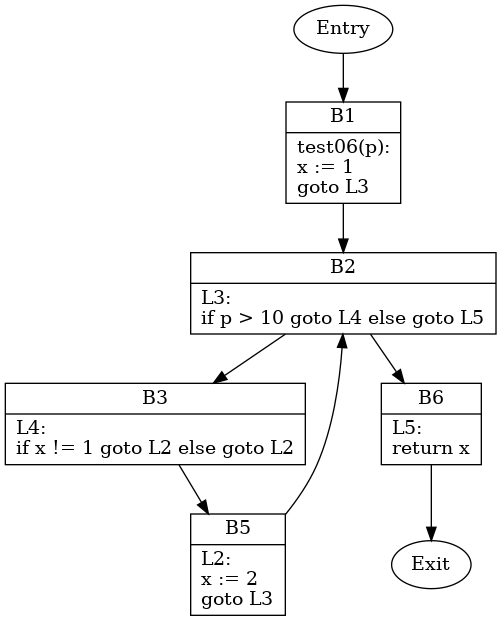
aprell/compiler-potpourri keeps this Graphviz diagram as control_flow/analysis/examples/test06_001_cfg.png. Above is the earlier version. Its source is kept beside it as control_flow/analysis/examples/test06_001_cfg.dot.
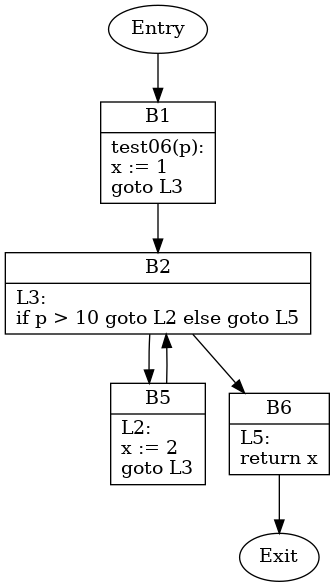
After the change.

Diff of the diagram source:
```diff
@@ -1,14 +1,12 @@
 digraph CFG {
     B1 [shape=record label="{B1|test06(p):\lx := 1\lgoto L3\l}"];
-    B2 [shape=record label="{B2|L3:\lif p \> 10 goto L4 else goto L5\l}"];
-    B3 [shape=record label="{B3|L4:\lif x != 1 goto L2 else goto L2\l}"];
+    B2 [shape=record label="{B2|L3:\lif p \> 10 goto L2 else goto L5\l}"];
     B5 [shape=record label="{B5|L2:\lx := 2\lgoto L3\l}"];
     B6 [shape=record label="{B6|L5:\lreturn x\l}"];
     Entry -> B1;
     B1 -> B2;
-    B2 -> B3;
+    B2 -> B5;
     B2 -> B6;
-    B3 -> B5;
     B5 -> B2;
     B6 -> Exit;
 }
```
